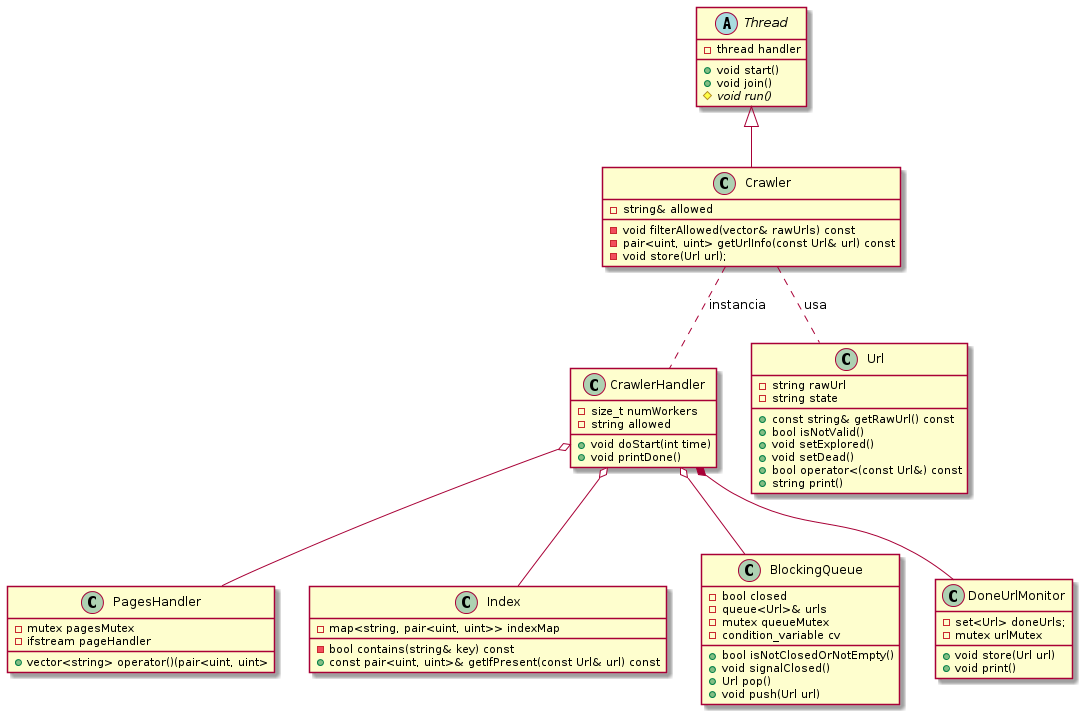
This is otherClassDiagram.png from leogm99/tp2, a PlantUML export, as it was before one commit.
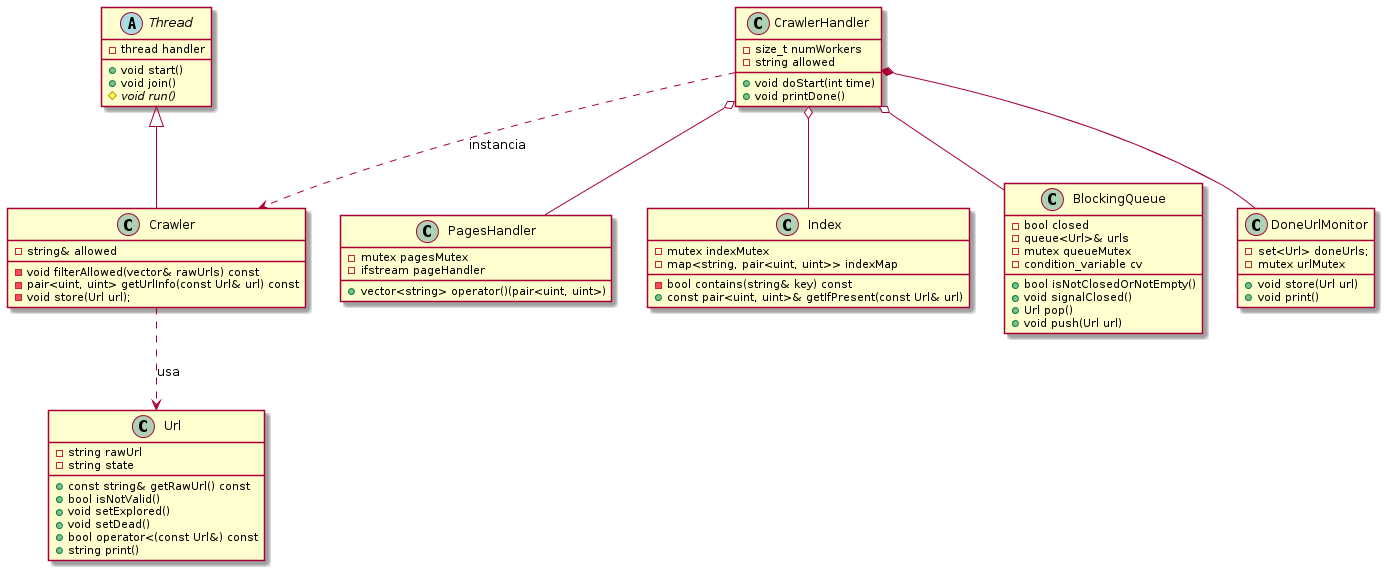
The same diagram one commit later.

Commit message:
Agrego mutex al Index y termino de corregir el informe

Change to the diagram source:
```diff
@@ -19,13 +19,14 @@
 class PagesHandler{
 	-mutex pagesMutex
 	-ifstream pageHandler
-	+vector<string> operator()(pair<uint, uint>
+	+vector<string> operator()(pair<uint, uint>)
 }
 
 class Index {
+	-mutex indexMutex
 	-map<string, pair<uint, uint>> indexMap
 	-bool contains(string& key) const
-	+const pair<uint, uint>& getIfPresent(const Url& url) const
+	+const pair<uint, uint>& getIfPresent(const Url& url)
 }
 
 class BlockingQueue{
@@ -73,7 +74,7 @@
 CrawlerHandler o-- Index
 CrawlerHandler o-- PagesHandler
 
-Crawler .. CrawlerHandler : instancia
-Crawler .. Url : usa
+CrawlerHandler ..> Crawler : instancia
+Crawler ..> Url : usa
 
 @enduml
```
